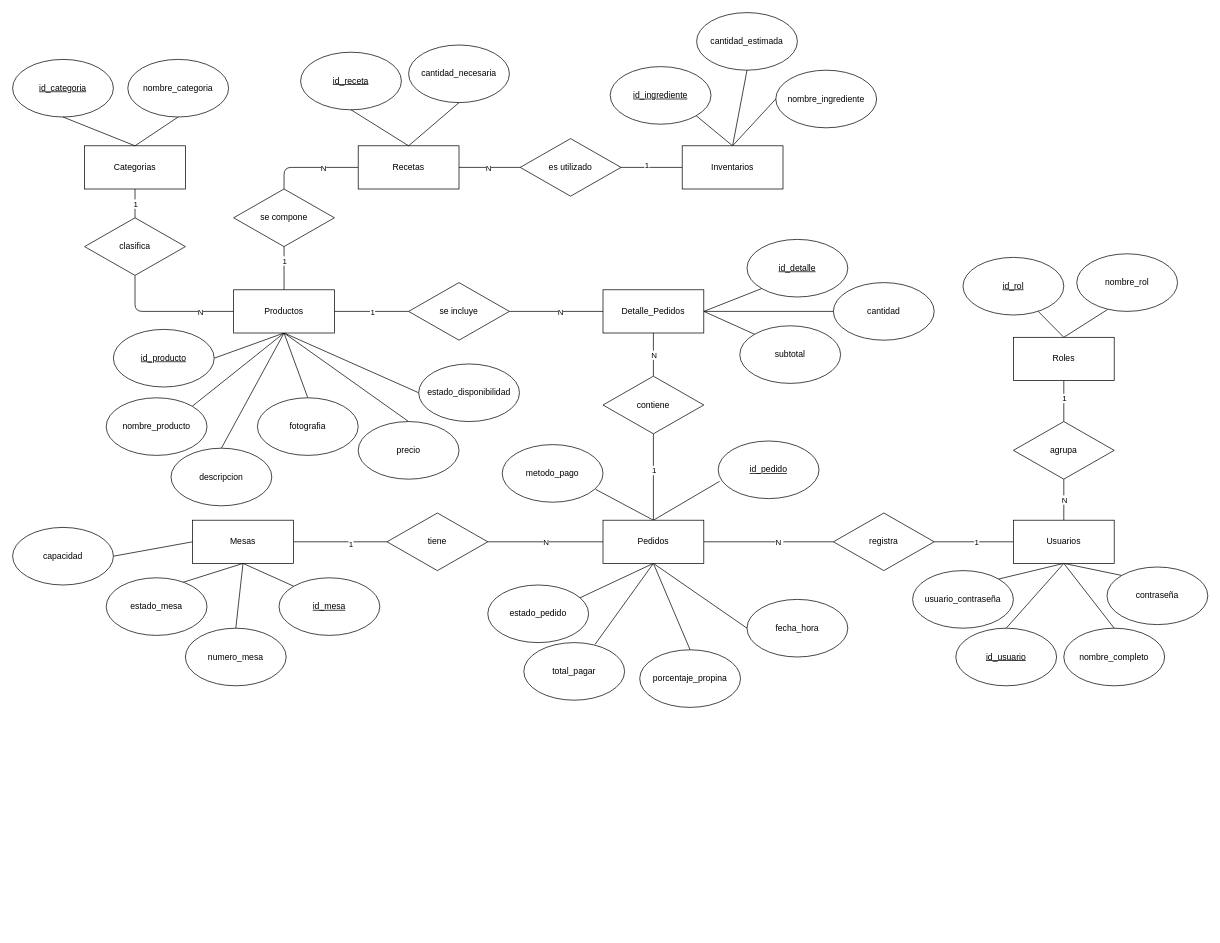
This is documentacion/Diagramas/DiagramaER.drawio from CanelaFeliz/ProyectoPPI115, a draw.io file, before an edit. Source tidied: cells renumbered, new cells numbered last; positions are measured from the earlier drawing's top-left corner, leaving out a move shared by most shapes. Both pictures are drawn from the tidied source at 72%, with x=0, y=0 at pixel (12, 12).
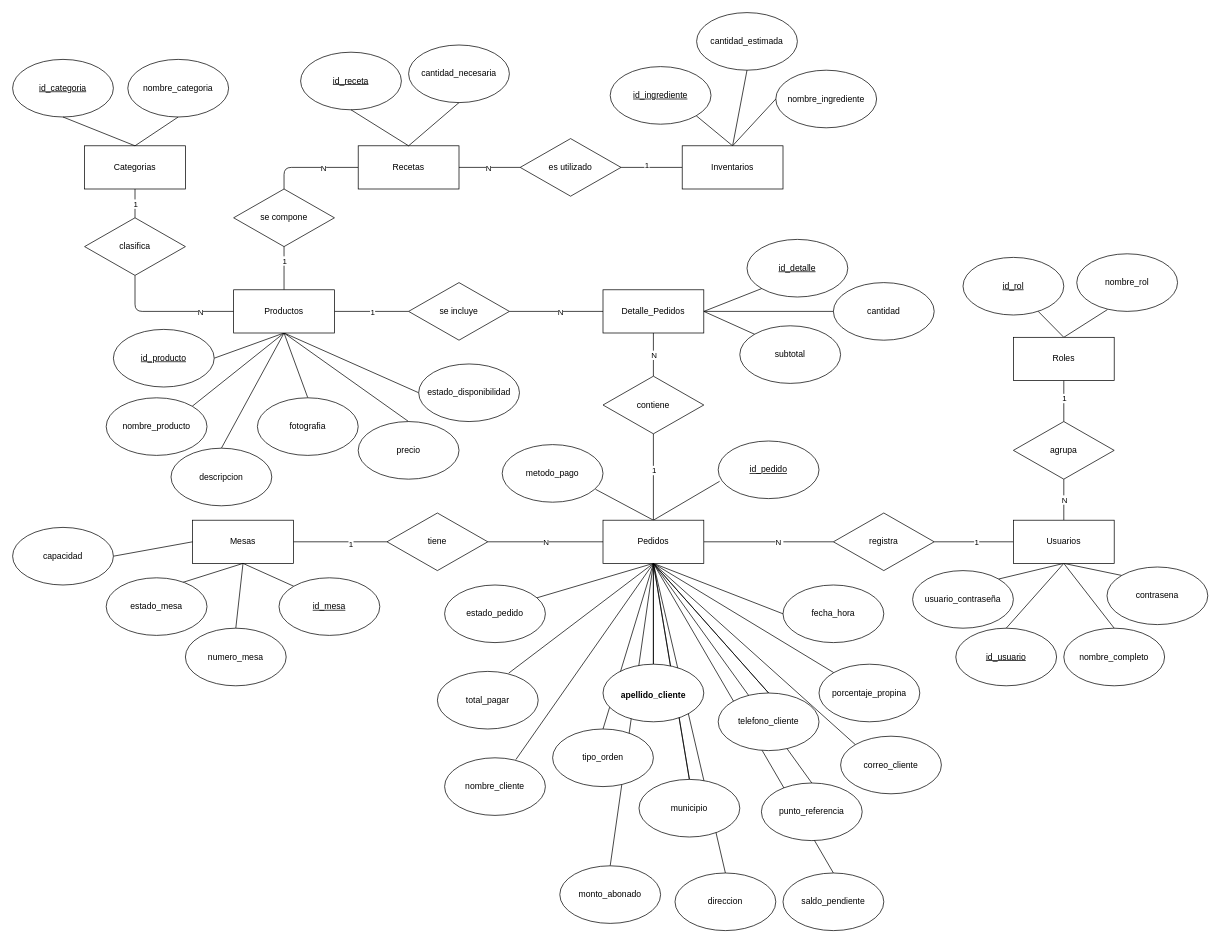
Above is the later version.

Commit message (it also covers changes not shown here):
Mod diagrama ER

Unchanged cells that the change refers to:
```xml
<mxCell id="104" value="Pedidos" style="rounded=0;whiteSpace=wrap;html=1;" parent="1" vertex="1">
  <mxGeometry x="820" y="705" width="140" height="60" as="geometry" />
</mxCell>
```

The edit, as a diff of the source:
```diff
@@
+    <mxCell id="116" style="rounded=0;jettySize=auto;html=1;entryX=0.5;entryY=0;entryDx=0;entryDy=0;endArrow=none;endFill=0;exitX=0.5;exitY=1;exitDx=0;exitDy=0;" parent="1" edge="1" source="104" target="129">
+      <mxGeometry relative="1" as="geometry" />
+    </mxCell>
@@
-    <mxCell id="92" value="contraseña" style="ellipse;whiteSpace=wrap;html=1;" parent="1" vertex="1">
+    <mxCell id="92" value="contrasena" style="ellipse;whiteSpace=wrap;html=1;" parent="1" vertex="1">
       <mxGeometry x="1520" y="770" width="140" height="80" as="geometry" />
     </mxCell>
@@
-    <mxCell id="103" style="rounded=0;jettySize=auto;html=1;exitX=0.5;exitY=1;exitDx=0;exitDy=0;entryX=0.5;entryY=0;entryDx=0;entryDy=0;endArrow=none;endFill=0;" parent="1" edge="1" source="104" target="108">
+    <mxCell id="103" style="rounded=0;jettySize=auto;html=1;exitX=0.5;exitY=1;exitDx=0;exitDy=0;entryX=0;entryY=0;entryDx=0;entryDy=0;endArrow=none;endFill=0;" parent="1" edge="1" source="104" target="108">
       <mxGeometry relative="1" as="geometry" />
     </mxCell>
@@
     <mxCell id="106" value="fecha_hora" style="ellipse;whiteSpace=wrap;html=1;" parent="1" vertex="1">
-      <mxGeometry x="1020" y="815" width="140" height="80" as="geometry" />
+      <mxGeometry x="1070" y="795" width="140" height="80" as="geometry" />
     </mxCell>
     <mxCell id="107" value="estado_pedido" style="ellipse;whiteSpace=wrap;html=1;" parent="1" vertex="1">
-      <mxGeometry x="660" y="795" width="140" height="80" as="geometry" />
+      <mxGeometry x="600" y="795" width="140" height="80" as="geometry" />
     </mxCell>
     <mxCell id="108" value="porcentaje_propina" style="ellipse;whiteSpace=wrap;html=1;" parent="1" vertex="1">
-      <mxGeometry x="871" y="885" width="140" height="80" as="geometry" />
+      <mxGeometry x="1120" y="905" width="140" height="80" as="geometry" />
     </mxCell>
     <mxCell id="109" value="total_pagar" style="ellipse;whiteSpace=wrap;html=1;" parent="1" vertex="1">
-      <mxGeometry x="710" y="875" width="140" height="80" as="geometry" />
+      <mxGeometry x="590" y="915" width="140" height="80" as="geometry" />
     </mxCell>
@@
+    <mxCell id="117" value="nombre_cliente" style="ellipse;whiteSpace=wrap;html=1;" parent="1" vertex="1">
+      <mxGeometry x="600" y="1035" width="140" height="80" as="geometry" />
+    </mxCell>
+    <mxCell id="118" style="rounded=0;jettySize=auto;html=1;entryX=0.707;entryY=0.031;entryDx=0;entryDy=0;entryPerimeter=0;endArrow=none;endFill=0;exitX=0.5;exitY=1;exitDx=0;exitDy=0;" parent="1" edge="1" source="104" target="117">
+      <mxGeometry relative="1" as="geometry" />
+    </mxCell>
+    <mxCell id="119" style="rounded=0;jettySize=auto;html=1;entryX=0.5;entryY=0;entryDx=0;entryDy=0;endArrow=none;endFill=0;exitX=0.5;exitY=1;exitDx=0;exitDy=0;" parent="1" edge="1" source="104" target="120">
+      <mxGeometry x="0.81" relative="1" as="geometry" />
+    </mxCell>
+    <mxCell id="120" value="tipo_orden" style="ellipse;whiteSpace=wrap;html=1;" parent="1" vertex="1">
+      <mxGeometry x="750" y="995" width="140" height="80" as="geometry" />
+    </mxCell>
+    <mxCell id="121" style="rounded=0;jettySize=auto;html=1;entryX=0.5;entryY=0;entryDx=0;entryDy=0;endArrow=none;endFill=0;exitX=0.5;exitY=1;exitDx=0;exitDy=0;" parent="1" edge="1" source="104" target="138">
+      <mxGeometry relative="1" as="geometry" />
+    </mxCell>
+    <mxCell id="122" style="rounded=0;jettySize=auto;html=1;entryX=0.5;entryY=0;entryDx=0;entryDy=0;endArrow=none;endFill=0;exitX=0.5;exitY=1;exitDx=0;exitDy=0;" parent="1" edge="1" source="104" target="137">
+      <mxGeometry relative="1" as="geometry" />
+    </mxCell>
+    <mxCell id="123" style="rounded=0;jettySize=auto;html=1;entryX=0.5;entryY=0;entryDx=0;entryDy=0;endArrow=none;endFill=0;exitX=0.5;exitY=1;exitDx=0;exitDy=0;" parent="1" edge="1" source="104" target="135">
+      <mxGeometry relative="1" as="geometry" />
+    </mxCell>
+    <mxCell id="124" value="correo_cliente" style="ellipse;whiteSpace=wrap;html=1;" parent="1" vertex="1">
+      <mxGeometry x="1150" y="1005" width="140" height="80" as="geometry" />
+    </mxCell>
+    <mxCell id="125" style="rounded=0;jettySize=auto;html=1;entryX=0;entryY=0;entryDx=0;entryDy=0;endArrow=none;endFill=0;exitX=0.5;exitY=1;exitDx=0;exitDy=0;" parent="1" edge="1" source="104" target="124">
+      <mxGeometry relative="1" as="geometry" />
+    </mxCell>
+    <mxCell id="126" value="direccion" style="ellipse;whiteSpace=wrap;html=1;" parent="1" vertex="1">
+      <mxGeometry x="920" y="1195" width="140" height="80" as="geometry" />
+    </mxCell>
+    <mxCell id="127" style="rounded=0;jettySize=auto;html=1;entryX=0.5;entryY=0;entryDx=0;entryDy=0;endArrow=none;endFill=0;exitX=0.5;exitY=1;exitDx=0;exitDy=0;" parent="1" edge="1" source="104" target="126">
+      <mxGeometry relative="1" as="geometry" />
+    </mxCell>
+    <mxCell id="128" style="rounded=0;jettySize=auto;html=1;entryX=0.5;entryY=0;entryDx=0;entryDy=0;endArrow=none;endFill=0;exitX=0.5;exitY=1;exitDx=0;exitDy=0;" parent="1" edge="1" source="104" target="132">
+      <mxGeometry relative="1" as="geometry" />
+    </mxCell>
+    <mxCell id="129" value="monto_abonado" style="ellipse;whiteSpace=wrap;html=1;" parent="1" vertex="1">
+      <mxGeometry x="760" y="1185" width="140" height="80" as="geometry" />
+    </mxCell>
+    <mxCell id="130" value="saldo_pendiente" style="ellipse;whiteSpace=wrap;html=1;" parent="1" vertex="1">
+      <mxGeometry x="1070" y="1195" width="140" height="80" as="geometry" />
+    </mxCell>
+    <mxCell id="131" style="rounded=0;jettySize=auto;html=1;entryX=0.5;entryY=0;entryDx=0;entryDy=0;endArrow=none;endFill=0;exitX=0.5;exitY=1;exitDx=0;exitDy=0;" parent="1" edge="1" source="104" target="130">
+      <mxGeometry relative="1" as="geometry" />
+    </mxCell>
+    <mxCell id="132" value="punto_referencia" style="ellipse;whiteSpace=wrap;html=1;" parent="1" vertex="1">
+      <mxGeometry x="1040" y="1070" width="140" height="80" as="geometry" />
+    </mxCell>
+    <mxCell id="133" style="rounded=0;jettySize=auto;html=1;entryX=0.5;entryY=0;entryDx=0;entryDy=0;endArrow=none;endFill=0;exitX=0.5;exitY=1;exitDx=0;exitDy=0;" parent="1" edge="1" source="104" target="138">
+      <mxGeometry relative="1" as="geometry" />
+    </mxCell>
+    <mxCell id="134" style="rounded=0;jettySize=auto;html=1;entryX=0.5;entryY=0;entryDx=0;entryDy=0;endArrow=none;endFill=0;exitX=0.5;exitY=1;exitDx=0;exitDy=0;" parent="1" edge="1" source="104" target="135">
+      <mxGeometry relative="1" as="geometry" />
+    </mxCell>
+    <mxCell id="135" value="telefono_cliente" style="ellipse;whiteSpace=wrap;html=1;" parent="1" vertex="1">
+      <mxGeometry x="980" y="945" width="140" height="80" as="geometry" />
+    </mxCell>
+    <mxCell id="136" style="rounded=0;jettySize=auto;html=1;entryX=0.5;entryY=0;entryDx=0;entryDy=0;endArrow=none;endFill=0;exitX=0.5;exitY=1;exitDx=0;exitDy=0;" parent="1" edge="1" source="104" target="137">
+      <mxGeometry relative="1" as="geometry" />
+    </mxCell>
+    <mxCell id="137" value="municipio" style="ellipse;whiteSpace=wrap;html=1;" parent="1" vertex="1">
+      <mxGeometry x="870" y="1065" width="140" height="80" as="geometry" />
+    </mxCell>
+    <mxCell id="138" value="&lt;span class=&quot;&quot; style=&quot;font-family: &amp;quot;Google Sans Text&amp;quot;, sans-serif !important; line-height: 1.15 !important; margin-top: 0px !important; margin-left: 0px !important; margin-right: 0px !important;&quot;&gt;&lt;b style=&quot;line-height: 1.15 !important; margin-top: 0px !important; margin-left: 0px !important; margin-right: 0px !important;&quot;&gt;&lt;code style=&quot;font-family: &amp;quot;Google Sans Text&amp;quot;, sans-serif !important; line-height: 1.15 !important; margin-top: 0px !important; margin-left: 0px !important; margin-right: 0px !important;&quot;&gt;apellido_cliente&lt;/code&gt;&lt;/b&gt;&lt;/span&gt;&lt;span class=&quot;&quot; style=&quot;font-family: &amp;quot;Google Sans Text&amp;quot;, sans-serif !important; line-height: 1.15 !important; margin-top: 0px !important; margin-left: 0px !important; margin-right: 0px !important;&quot;&gt;&lt;sup class=&quot;superscript&quot; style=&quot;line-height: 1.15 !important; margin-top: 0px !important; margin-left: 0px !important; margin-right: 0px !important; font-size: 16px !important; background-color: transparent !important;&quot;&gt;&lt;/sup&gt;&lt;/span&gt;   " style="ellipse;whiteSpace=wrap;html=1;" parent="1" vertex="1">
+      <mxGeometry x="820" y="905" width="140" height="80" as="geometry" />
+    </mxCell>
```
